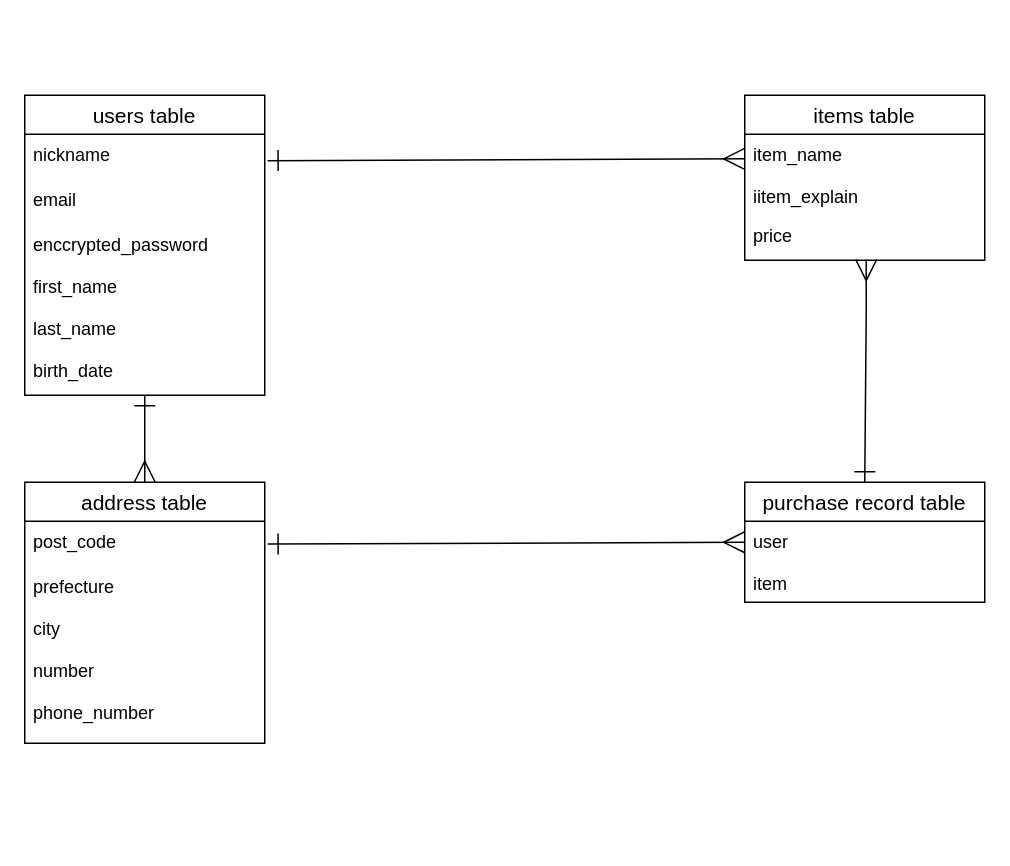
Yajin13/furima-37710 keeps this draw.io diagram as test.dio. Above is the earlier version. Source tidied: cells renumbered, new cells numbered last; positions are measured from the earlier drawing's top-left corner, leaving out a move shared by most shapes. Both pictures are drawn from the tidied source at 150%, with x=0, y=0 at pixel (24, 94).
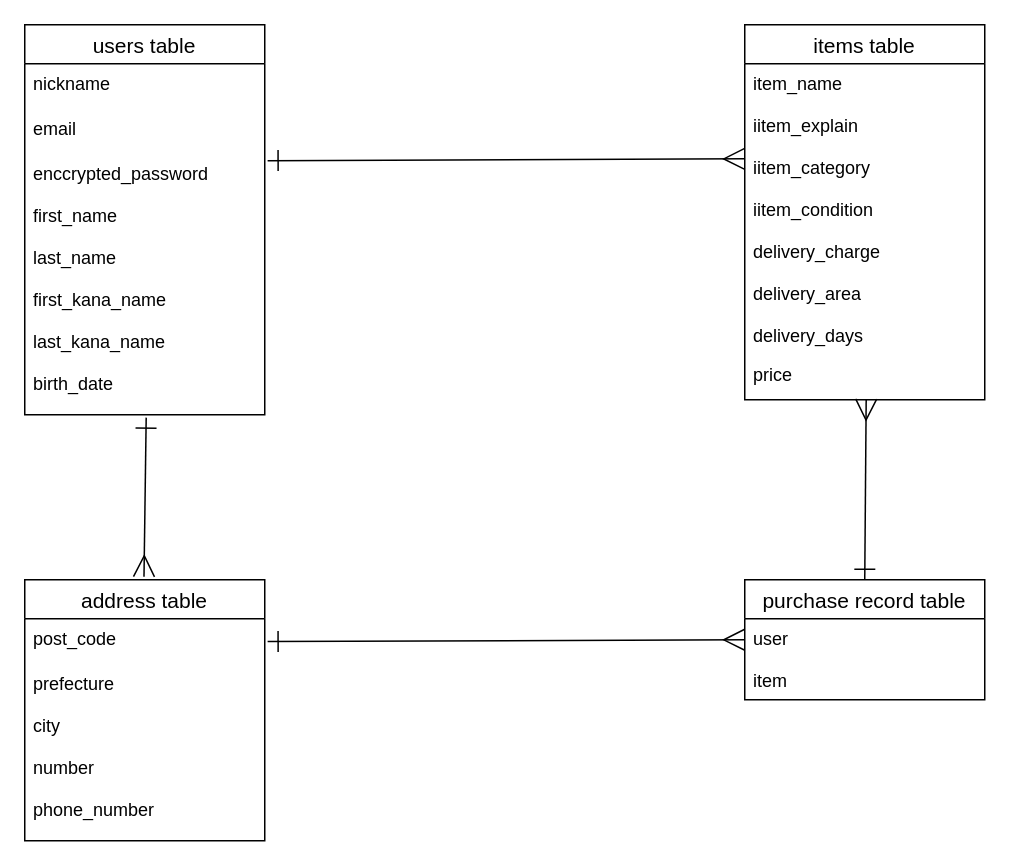
After the change.

Change to the diagram source:
```diff
@@
     <mxCell id="2" value="users table" style="swimlane;fontStyle=0;horizontal=1;startSize=26;align=center;fontSize=14;" parent="1" vertex="1">
-      <mxGeometry width="160" height="200" as="geometry" />
+      <mxGeometry y="-47" width="160" height="260" as="geometry" />
     </mxCell>
@@
-    <mxCell id="5" value="enccrypted_password&#10;&#10;first_name&#10;&#10;last_name&#10;&#10;birth_date&#10;" style="text;strokeColor=none;fillColor=none;spacingLeft=4;spacingRight=4;overflow=hidden;points=[[0,0.5],[1,0.5]];portConstraint=eastwest;fontSize=12;" parent="2" vertex="1">
-      <mxGeometry y="86" width="160" height="114" as="geometry" />
+    <mxCell id="5" value="enccrypted_password&#10;&#10;first_name&#10;&#10;last_name&#10;&#10;first_kana_name&#10;&#10;last_kana_name&#10;&#10;birth_date&#10;" style="text;strokeColor=none;fillColor=none;spacingLeft=4;spacingRight=4;overflow=hidden;points=[[0,0.5],[1,0.5]];portConstraint=eastwest;fontSize=12;" parent="2" vertex="1">
+      <mxGeometry y="86" width="160" height="174" as="geometry" />
     </mxCell>
     <mxCell id="6" value="items table" style="swimlane;fontStyle=0;horizontal=1;startSize=26;align=center;fontSize=14;" parent="1" vertex="1">
-      <mxGeometry x="480" width="160" height="110" as="geometry" />
+      <mxGeometry x="480" y="-47" width="160" height="250" as="geometry" />
     </mxCell>
-    <mxCell id="7" value="item_name&#10;&#10;iitem_explain" style="text;strokeColor=none;fillColor=none;spacingLeft=4;spacingRight=4;overflow=hidden;fontSize=12;" parent="6" vertex="1">
-      <mxGeometry y="26" width="160" height="54" as="geometry" />
+    <mxCell id="7" value="item_name&#10;&#10;iitem_explain&#10;&#10;iitem_category&#10;&#10;iitem_condition&#10;&#10;delivery_charge&#10;&#10;delivery_area&#10;&#10;delivery_days" style="text;strokeColor=none;fillColor=none;spacingLeft=4;spacingRight=4;overflow=hidden;fontSize=12;" parent="6" vertex="1">
+      <mxGeometry y="26" width="160" height="194" as="geometry" />
     </mxCell>
     <mxCell id="8" value="price" style="text;strokeColor=none;fillColor=none;spacingLeft=4;spacingRight=4;overflow=hidden;points=[[0,0.5],[1,0.5]];portConstraint=eastwest;fontSize=12;" parent="6" vertex="1">
-      <mxGeometry y="80" width="160" height="30" as="geometry" />
+      <mxGeometry y="220" width="160" height="30" as="geometry" />
     </mxCell>
     <mxCell id="9" value="address table" style="swimlane;fontStyle=0;horizontal=1;startSize=26;align=center;fontSize=14;" parent="1" vertex="1">
-      <mxGeometry y="258" width="160" height="174" as="geometry" />
+      <mxGeometry y="323" width="160" height="174" as="geometry" />
     </mxCell>
@@
     <mxCell id="13" style="edgeStyle=none;rounded=0;html=1;startArrow=ERone;startFill=0;endArrow=ERmany;endFill=0;startSize=12;endSize=12;entryX=0.506;entryY=0.983;entryDx=0;entryDy=0;entryPerimeter=0;exitX=0.5;exitY=0;exitDx=0;exitDy=0;" parent="1" edge="1" source="14" target="8">
-      <mxGeometry relative="1" as="geometry">
-        <Array as="points">
-          <mxPoint x="561" y="143" />
-        </Array>
-      </mxGeometry>
+      <mxGeometry relative="1" as="geometry" />
     </mxCell>
     <mxCell id="14" value="purchase record table" style="swimlane;fontStyle=0;horizontal=1;startSize=26;align=center;fontSize=14;" parent="1" vertex="1">
-      <mxGeometry x="480" y="258" width="160" height="80" as="geometry" />
+      <mxGeometry x="480" y="323" width="160" height="80" as="geometry" />
     </mxCell>
@@
     <mxCell id="17" style="edgeStyle=none;html=1;entryX=-0.012;entryY=0.083;entryDx=0;entryDy=0;entryPerimeter=0;rounded=0;endArrow=ERmany;endFill=0;startArrow=ERone;startFill=0;endSize=12;startSize=12;" parent="1" edge="1">
       <mxGeometry relative="1" as="geometry">
-        <mxPoint x="161.9" y="299.2" as="sourcePoint" />
-        <mxPoint x="480" y="298" as="targetPoint" />
+        <mxPoint x="161.9" y="364.2" as="sourcePoint" />
+        <mxPoint x="480" y="363" as="targetPoint" />
       </mxGeometry>
     </mxCell>
-    <mxCell id="18" style="edgeStyle=none;rounded=0;html=1;startArrow=ERmany;startFill=0;endArrow=ERone;endFill=0;startSize=12;endSize=12;entryX=0.506;entryY=0.983;entryDx=0;entryDy=0;entryPerimeter=0;" parent="1" edge="1">
+    <mxCell id="18" style="edgeStyle=none;rounded=0;html=1;startArrow=ERmany;startFill=0;endArrow=ERone;endFill=0;startSize=12;endSize=12;entryX=0.506;entryY=1.011;entryDx=0;entryDy=0;entryPerimeter=0;" parent="1" edge="1" target="5">
       <mxGeometry relative="1" as="geometry">
-        <mxPoint x="80" y="258" as="sourcePoint" />
-        <mxPoint x="80" y="200" as="targetPoint" />
+        <mxPoint x="79.5" y="321" as="sourcePoint" />
         <Array as="points">
-          <mxPoint x="80" y="257.5" />
+          <mxPoint x="79.5" y="320.5" />
         </Array>
       </mxGeometry>
     </mxCell>
```
